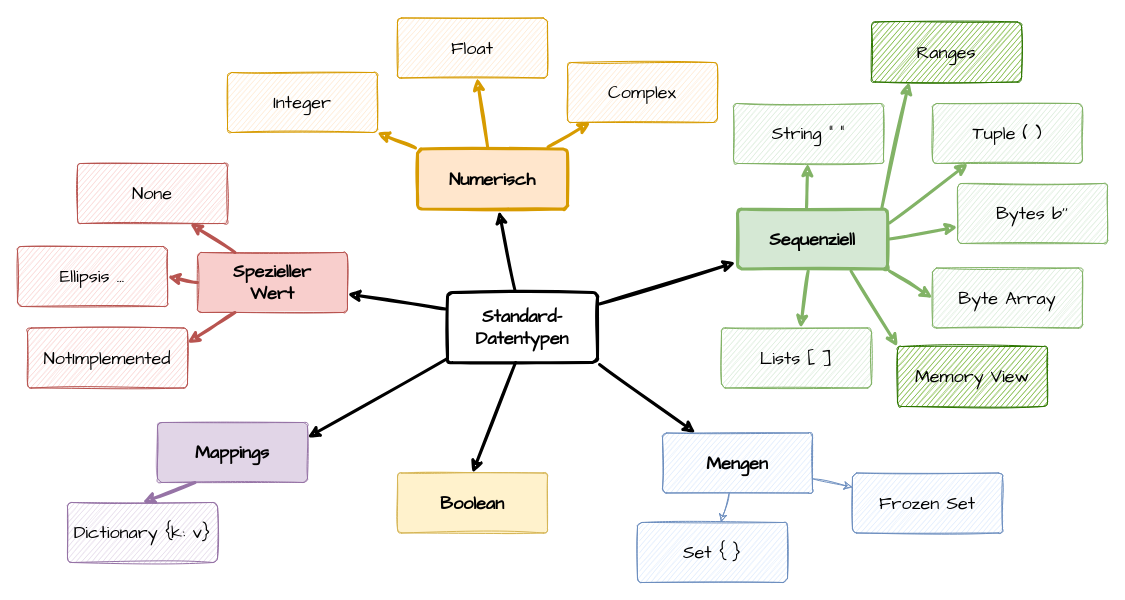
Above: kssop/data_types_map_extended.drawio in dude2511/drawio (draw.io), before the change. Source tidied: cells renumbered, new cells numbered last; positions are measured from the earlier drawing's top-left corner, leaving out a move shared by most shapes. Both pictures are drawn from the tidied source at 100%, with x=0, y=0 at pixel (17, 18).
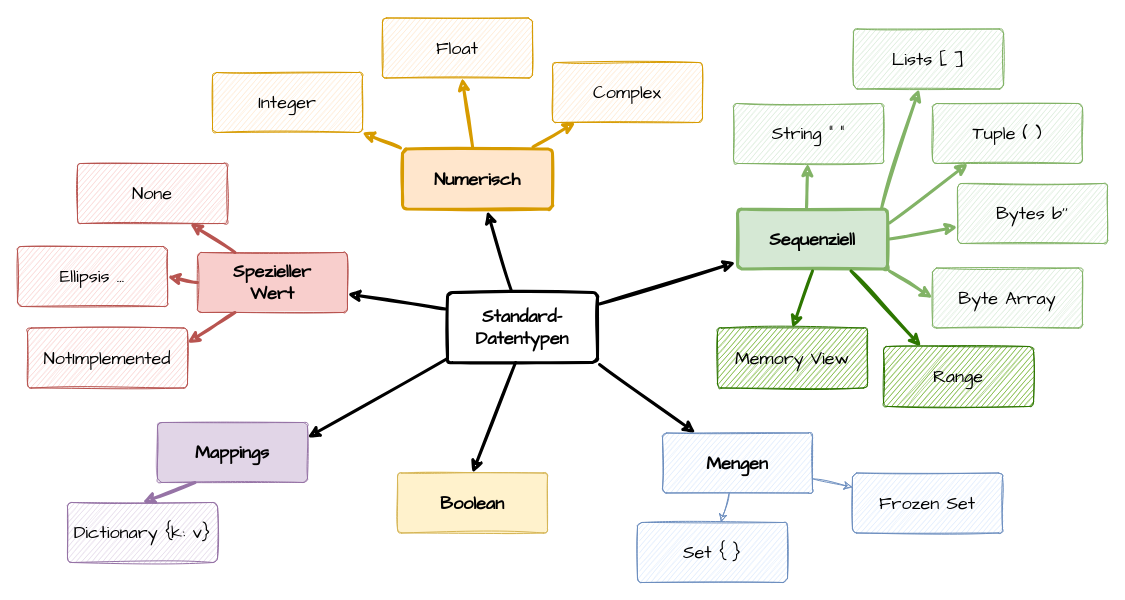
The same page after the edit.

Unchanged cells that the change refers to:
```xml
<mxCell id="21" value="Sequenziell" style="rounded=1;whiteSpace=wrap;html=1;shadow=0;labelBackgroundColor=none;strokeColor=#82b366;strokeWidth=3;fillColor=#d5e8d4;fontFamily=Comic Sans MS;fontSize=18;align=center;spacing=5;fontStyle=1;arcSize=7;perimeterSpacing=2;sketch=1;fillStyle=solid;" parent="1" vertex="1">
  <mxGeometry x="720" y="190.5" width="150" height="60" as="geometry" />
</mxCell>
```

What changed in the source:
```diff
@@
-    <mxCell id="2" style="edgeStyle=none;rounded=1;jumpStyle=none;html=1;shadow=0;labelBackgroundColor=none;startArrow=none;startFill=0;jettySize=auto;strokeColor=#82b366;strokeWidth=3;fontFamily=Comic Sans MS;fontSize=18;fontColor=#FFFFFF;spacing=5;fontStyle=1;fillColor=#d5e8d4;sketch=1;entryX=0.25;entryY=1;entryDx=0;entryDy=0;exitX=0.948;exitY=0.039;exitDx=0;exitDy=0;exitPerimeter=0;" parent="1" edge="1" source="21" target="44">
-      <mxGeometry relative="1" as="geometry" />
-    </mxCell>
@@
     <mxCell id="14" value="Numerisch" style="rounded=1;whiteSpace=wrap;html=1;shadow=0;labelBackgroundColor=none;strokeColor=#D79B00;strokeWidth=3;fillColor=#ffe6cc;fontFamily=Comic Sans MS;fontSize=18;align=center;spacing=5;fontStyle=1;arcSize=7;perimeterSpacing=2;sketch=1;fillStyle=solid;" parent="1" vertex="1">
-      <mxGeometry x="400" y="130.5" width="150" height="60" as="geometry" />
+      <mxGeometry x="385" y="130.5" width="150" height="60" as="geometry" />
     </mxCell>
     <mxCell id="15" value="Complex" style="rounded=1;whiteSpace=wrap;html=1;shadow=0;labelBackgroundColor=none;strokeColor=#D79B00;strokeWidth=1;fillColor=#ffe6cc;fontFamily=Comic Sans MS;fontSize=18;align=center;spacing=5;arcSize=7;perimeterSpacing=0;sketch=1;" parent="1" vertex="1">
-      <mxGeometry x="550" y="44" width="150" height="60" as="geometry" />
+      <mxGeometry x="535" y="44" width="150" height="60" as="geometry" />
     </mxCell>
@@
     <mxCell id="17" value="Float" style="rounded=1;whiteSpace=wrap;html=1;shadow=0;labelBackgroundColor=none;strokeColor=#D79B00;strokeWidth=1;fillColor=#ffe6cc;fontFamily=Comic Sans MS;fontSize=18;align=center;spacing=5;arcSize=7;perimeterSpacing=0;sketch=1;" parent="1" vertex="1">
-      <mxGeometry x="380" y="-0.5" width="150" height="60" as="geometry" />
+      <mxGeometry x="365" y="-0.5" width="150" height="60" as="geometry" />
     </mxCell>
@@
     <mxCell id="19" value="Integer" style="rounded=1;whiteSpace=wrap;html=1;shadow=0;labelBackgroundColor=none;strokeColor=#D79B00;strokeWidth=1;fillColor=#ffe6cc;fontFamily=Comic Sans MS;fontSize=18;align=center;spacing=5;arcSize=7;perimeterSpacing=0;sketch=1;" parent="1" vertex="1">
-      <mxGeometry x="210" y="54" width="150" height="60" as="geometry" />
+      <mxGeometry x="195" y="54" width="150" height="60" as="geometry" />
     </mxCell>
@@
     <mxCell id="22" value="Lists [ ]" style="rounded=1;whiteSpace=wrap;html=1;shadow=0;labelBackgroundColor=none;strokeColor=#82b366;strokeWidth=1;fillColor=#d5e8d4;fontFamily=Comic Sans MS;fontSize=18;align=center;spacing=5;fontStyle=0;arcSize=7;perimeterSpacing=0;sketch=1;" parent="1" vertex="1">
-      <mxGeometry x="704" y="309.5" width="150" height="60" as="geometry" />
+      <mxGeometry x="836" y="10.5" width="150" height="60" as="geometry" />
     </mxCell>
-    <mxCell id="23" style="edgeStyle=none;rounded=1;jumpStyle=none;html=1;shadow=0;labelBackgroundColor=none;startArrow=none;startFill=0;jettySize=auto;strokeColor=#82b366;strokeWidth=3;fontFamily=Comic Sans MS;fontSize=18;fontColor=#FFFFFF;spacing=5;fontStyle=1;fillColor=#d5e8d4;sketch=1;" parent="1" edge="1" source="21" target="22">
+    <mxCell id="23" style="edgeStyle=none;rounded=1;jumpStyle=none;html=1;shadow=0;labelBackgroundColor=none;startArrow=none;startFill=0;jettySize=auto;strokeColor=#82b366;strokeWidth=3;fontFamily=Comic Sans MS;fontSize=18;fontColor=#FFFFFF;spacing=5;fontStyle=1;fillColor=#d5e8d4;sketch=1;exitX=0.948;exitY=0.023;exitDx=0;exitDy=0;exitPerimeter=0;" parent="1" edge="1" source="21" target="22">
       <mxGeometry relative="1" as="geometry" />
     </mxCell>
@@
     <mxCell id="43" value="Memory View" style="rounded=1;whiteSpace=wrap;html=1;shadow=0;labelBackgroundColor=none;strokeColor=#2D7600;strokeWidth=1;fillColor=#60a917;fontFamily=Comic Sans MS;fontSize=18;align=center;spacing=5;fontStyle=0;arcSize=7;perimeterSpacing=0;sketch=1;fontColor=#000000;" parent="1" vertex="1">
-      <mxGeometry x="880" y="328" width="150" height="60" as="geometry" />
+      <mxGeometry x="700" y="309.5" width="150" height="60" as="geometry" />
     </mxCell>
-    <mxCell id="44" value="Ranges" style="rounded=1;whiteSpace=wrap;html=1;shadow=0;labelBackgroundColor=none;strokeColor=#2D7600;strokeWidth=1;fillColor=#60a917;fontFamily=Comic Sans MS;fontSize=18;align=center;spacing=5;fontStyle=0;arcSize=7;perimeterSpacing=0;sketch=1;fontColor=#000000;" parent="1" vertex="1">
-      <mxGeometry x="854" y="3.5" width="150" height="60" as="geometry" />
+    <mxCell id="44" value="Range" style="rounded=1;whiteSpace=wrap;html=1;shadow=0;labelBackgroundColor=none;strokeColor=#2D7600;strokeWidth=1;fillColor=#60a917;fontFamily=Comic Sans MS;fontSize=18;align=center;spacing=5;fontStyle=0;arcSize=7;perimeterSpacing=0;sketch=1;fontColor=#000000;" parent="1" vertex="1">
+      <mxGeometry x="866" y="328" width="150" height="60" as="geometry" />
     </mxCell>
@@
-    <mxCell id="46" style="edgeStyle=none;rounded=1;jumpStyle=none;html=1;shadow=0;labelBackgroundColor=none;startArrow=none;startFill=0;jettySize=auto;strokeColor=#82b366;strokeWidth=3;fontFamily=Comic Sans MS;fontSize=18;fontColor=#FFFFFF;spacing=5;fontStyle=1;fillColor=#d5e8d4;sketch=1;entryX=0;entryY=0;entryDx=0;entryDy=0;exitX=0.75;exitY=1;exitDx=0;exitDy=0;" parent="1" edge="1" source="21" target="43">
+    <mxCell id="46" style="edgeStyle=none;rounded=1;jumpStyle=none;html=1;shadow=0;labelBackgroundColor=none;startArrow=none;startFill=0;jettySize=auto;strokeColor=#2D7600;strokeWidth=3;fontFamily=Comic Sans MS;fontSize=18;fontColor=#000000;spacing=5;fontStyle=1;fillColor=#60a917;sketch=1;entryX=0.5;entryY=0;entryDx=0;entryDy=0;exitX=0.5;exitY=1;exitDx=0;exitDy=0;" parent="1" edge="1" source="21" target="43">
       <mxGeometry relative="1" as="geometry" />
     </mxCell>
+    <mxCell id="2" style="edgeStyle=none;rounded=1;jumpStyle=none;html=1;shadow=0;labelBackgroundColor=none;startArrow=none;startFill=0;jettySize=auto;strokeColor=#2D7600;strokeWidth=3;fontFamily=Comic Sans MS;fontSize=18;fontColor=#000000;spacing=5;fontStyle=1;fillColor=#60a917;sketch=1;entryX=0.25;entryY=0;entryDx=0;entryDy=0;exitX=0.75;exitY=1;exitDx=0;exitDy=0;" parent="1" edge="1" source="21" target="44">
+      <mxGeometry relative="1" as="geometry" />
+    </mxCell>
```
